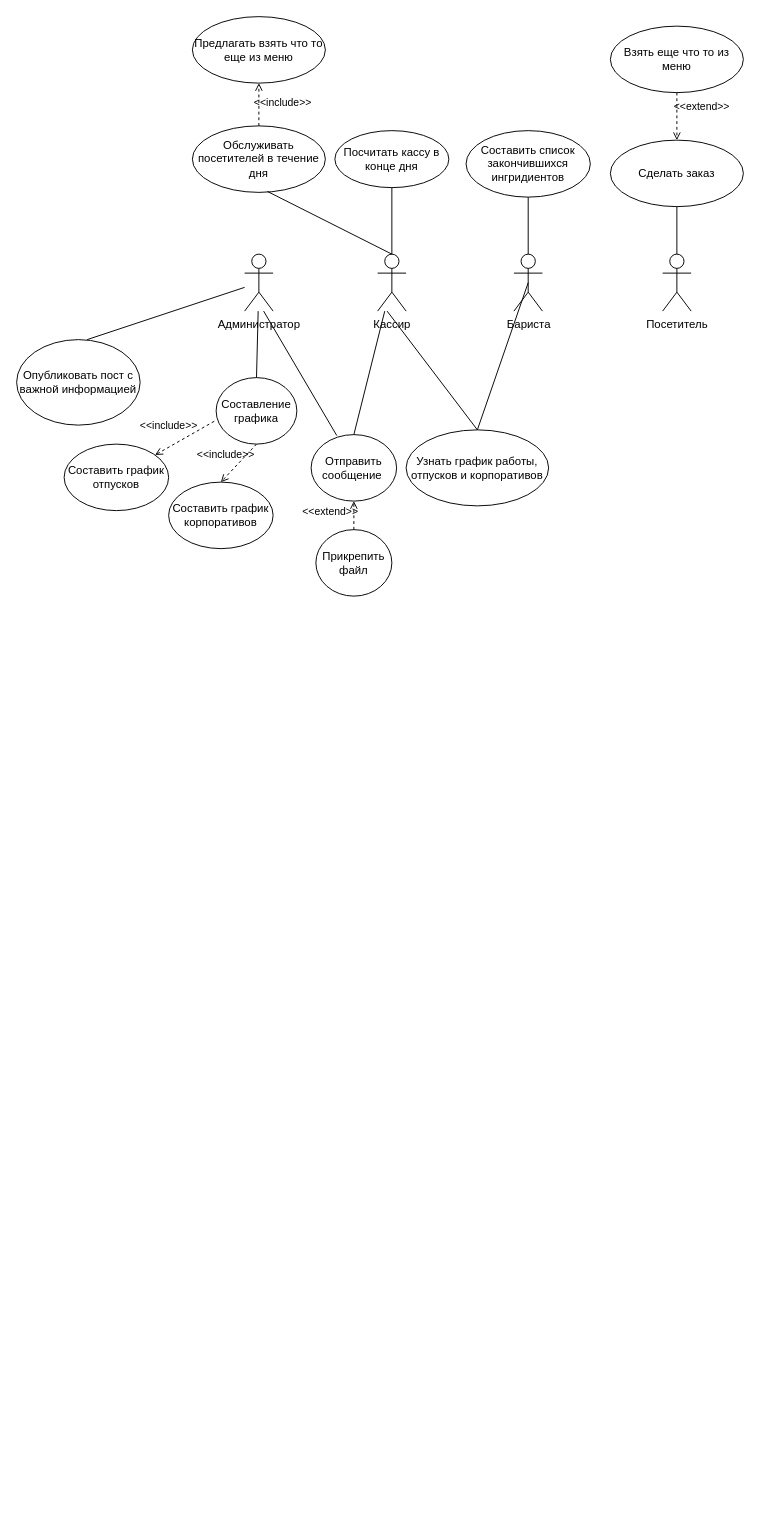
mopsin666/AKMS keeps this draw.io diagram as AKMS_2.drawio. Above is the earlier version. Source tidied: cells renumbered, new cells numbered last; positions are measured from the earlier drawing's top-left corner, leaving out a move shared by most shapes. Both pictures are drawn from the tidied source at 95%, with x=0, y=0 at pixel (16, 16).
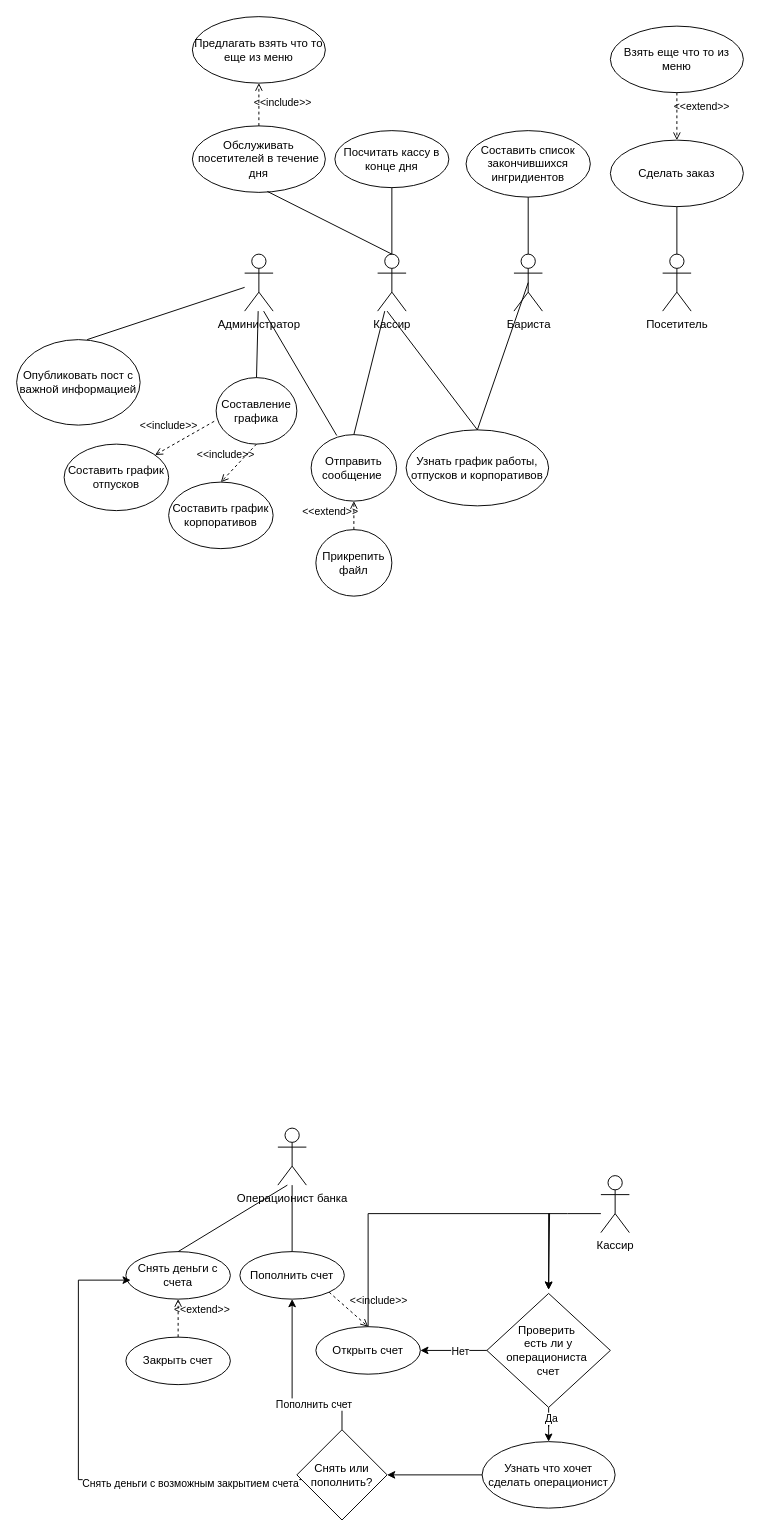
The same page after the edit.

What changed in the source:
```diff
@@
+    <mxCell id="34" value="Операционист банка" style="shape=umlActor;verticalLabelPosition=bottom;verticalAlign=top;html=1;" parent="1" vertex="1">
+      <mxGeometry x="275" y="1170" width="30" height="60" as="geometry" />
+    </mxCell>
+    <mxCell id="35" style="edgeStyle=orthogonalEdgeStyle;rounded=0;jettySize=auto;html=1;" parent="1" edge="1" source="36">
+      <mxGeometry relative="1" as="geometry">
+        <mxPoint x="560" y="1340" as="targetPoint" />
+        <Array as="points">
+          <mxPoint x="580" y="1260" />
+          <mxPoint x="520" y="1260" />
+        </Array>
+      </mxGeometry>
+    </mxCell>
+    <mxCell id="36" value="Кассир" style="shape=umlActor;verticalLabelPosition=bottom;verticalAlign=top;html=1;" parent="1" vertex="1">
+      <mxGeometry x="615" y="1220" width="30" height="60" as="geometry" />
+    </mxCell>
+    <mxCell id="37" value="Пополнить счет" style="ellipse;whiteSpace=wrap;html=1;" parent="1" vertex="1">
+      <mxGeometry x="235" y="1300" width="110" height="50" as="geometry" />
+    </mxCell>
+    <mxCell id="38" style="endArrow=none;html=1;rounded=0;exitX=0.5;exitY=0;exitDx=0;exitDy=0;" parent="1" edge="1" source="37" target="34">
+      <mxGeometry relative="1" as="geometry" />
+    </mxCell>
+    <mxCell id="39" style="edgeStyle=orthogonalEdgeStyle;rounded=0;jettySize=auto;html=1;" parent="1" edge="1" source="40">
+      <mxGeometry relative="1" as="geometry">
+        <mxPoint x="560" y="1340" as="targetPoint" />
+        <Array as="points">
+          <mxPoint x="370" y="1260" />
+          <mxPoint x="561" y="1260" />
+        </Array>
+      </mxGeometry>
+    </mxCell>
+    <mxCell id="40" value="Открыть счет" style="ellipse;whiteSpace=wrap;html=1;" parent="1" vertex="1">
+      <mxGeometry x="315" y="1379" width="110" height="50" as="geometry" />
+    </mxCell>
+    <mxCell id="41" value="&amp;lt;&amp;lt;include&amp;gt;&amp;gt;" style="html=1;verticalAlign=bottom;labelBackgroundColor=none;endArrow=open;endFill=0;dashed=1;rounded=0;exitX=1;exitY=1;exitDx=0;exitDy=0;entryX=0.5;entryY=0;entryDx=0;entryDy=0;" parent="1" edge="1" source="37" target="40">
+      <mxGeometry x="0.87" y="21" relative="1" as="geometry" />
+    </mxCell>
+    <mxCell id="42" value="Закрыть счет" style="ellipse;whiteSpace=wrap;html=1;" parent="1" vertex="1">
+      <mxGeometry x="115" y="1390" width="110" height="50" as="geometry" />
+    </mxCell>
+    <mxCell id="43" value="Снять деньги с счета" style="ellipse;whiteSpace=wrap;html=1;" parent="1" vertex="1">
+      <mxGeometry x="115" y="1300" width="110" height="50" as="geometry" />
+    </mxCell>
+    <mxCell id="44" style="endArrow=none;html=1;rounded=0;exitX=0.5;exitY=0;exitDx=0;exitDy=0;" parent="1" edge="1" source="43">
+      <mxGeometry relative="1" as="geometry">
+        <mxPoint x="285" y="1230" as="targetPoint" />
+      </mxGeometry>
+    </mxCell>
+    <mxCell id="45" style="edgeStyle=orthogonalEdgeStyle;rounded=0;jettySize=auto;html=1;" parent="1" edge="1" source="49" target="40">
+      <mxGeometry relative="1" as="geometry">
+        <Array as="points">
+          <mxPoint x="475" y="1404" />
+          <mxPoint x="475" y="1404" />
+        </Array>
+      </mxGeometry>
+    </mxCell>
+    <mxCell id="46" value="Нет" style="edgeLabel;html=1;align=center;verticalAlign=middle;" parent="45" vertex="1">
+      <mxGeometry x="-0.17" relative="1" as="geometry" />
+    </mxCell>
+    <mxCell id="47" style="edgeStyle=orthogonalEdgeStyle;rounded=0;jettySize=auto;html=1;" parent="1" edge="1" source="49" target="52">
+      <mxGeometry relative="1" as="geometry" />
+    </mxCell>
+    <mxCell id="48" value="Да" style="edgeLabel;html=1;align=center;verticalAlign=middle;" parent="47" vertex="1">
+      <mxGeometry x="-0.5" y="2" relative="1" as="geometry" />
+    </mxCell>
+    <mxCell id="49" value="Проверить&amp;nbsp;&lt;div&gt;есть ли у операциониста&amp;nbsp;&lt;/div&gt;&lt;div&gt;счет&lt;/div&gt;" style="rhombus;whiteSpace=wrap;html=1;" parent="1" vertex="1">
+      <mxGeometry x="495" y="1344" width="130" height="120" as="geometry" />
+    </mxCell>
+    <mxCell id="50" value="&amp;lt;&amp;lt;extend&amp;gt;&amp;gt;" style="html=1;verticalAlign=bottom;labelBackgroundColor=none;endArrow=open;endFill=0;dashed=1;rounded=0;exitX=0.5;exitY=0;exitDx=0;exitDy=0;entryX=0.5;entryY=1;entryDx=0;entryDy=0;" parent="1" edge="1" source="42" target="43">
+      <mxGeometry y="-25" relative="1" as="geometry" />
+    </mxCell>
+    <mxCell id="51" style="edgeStyle=orthogonalEdgeStyle;rounded=0;jettySize=auto;html=1;" parent="1" edge="1" source="52" target="57">
+      <mxGeometry relative="1" as="geometry" />
+    </mxCell>
+    <mxCell id="52" value="Узнать что хочет сделать операционист" style="ellipse;whiteSpace=wrap;html=1;" parent="1" vertex="1">
+      <mxGeometry x="490" y="1500" width="140" height="70" as="geometry" />
+    </mxCell>
+    <mxCell id="53" style="edgeStyle=orthogonalEdgeStyle;rounded=0;jettySize=auto;html=1;entryX=0.5;entryY=1;entryDx=0;entryDy=0;" parent="1" edge="1" source="57" target="37">
+      <mxGeometry relative="1" as="geometry">
+        <Array as="points">
+          <mxPoint x="343" y="1460" />
+          <mxPoint x="290" y="1460" />
+        </Array>
+      </mxGeometry>
+    </mxCell>
+    <mxCell id="54" value="Пополнить счет" style="edgeLabel;html=1;align=center;verticalAlign=middle;" parent="53" vertex="1">
+      <mxGeometry x="-0.39" relative="1" as="geometry" />
+    </mxCell>
+    <mxCell id="55" style="edgeStyle=orthogonalEdgeStyle;rounded=0;orthogonalLoop=1;jettySize=auto;html=1;entryX=0;entryY=0.5;entryDx=0;entryDy=0;" parent="1" edge="1">
+      <mxGeometry relative="1" as="geometry">
+        <mxPoint x="300" y="1540" as="sourcePoint" />
+        <mxPoint x="120" y="1330" as="targetPoint" />
+        <Array as="points">
+          <mxPoint x="65" y="1540" />
+          <mxPoint x="65" y="1330" />
+        </Array>
+      </mxGeometry>
+    </mxCell>
+    <mxCell id="56" value="Снять деньги с возможным закрытием счета" style="edgeLabel;html=1;align=center;verticalAlign=middle;" parent="55" vertex="1">
+      <mxGeometry x="-0.28" y="3" relative="1" as="geometry">
+        <mxPoint x="62" as="offset" />
+      </mxGeometry>
+    </mxCell>
+    <mxCell id="57" value="Снять или пополнить?" style="rhombus;whiteSpace=wrap;html=1;" parent="1" vertex="1">
+      <mxGeometry x="295" y="1487.5" width="95" height="95" as="geometry" />
+    </mxCell>
```
